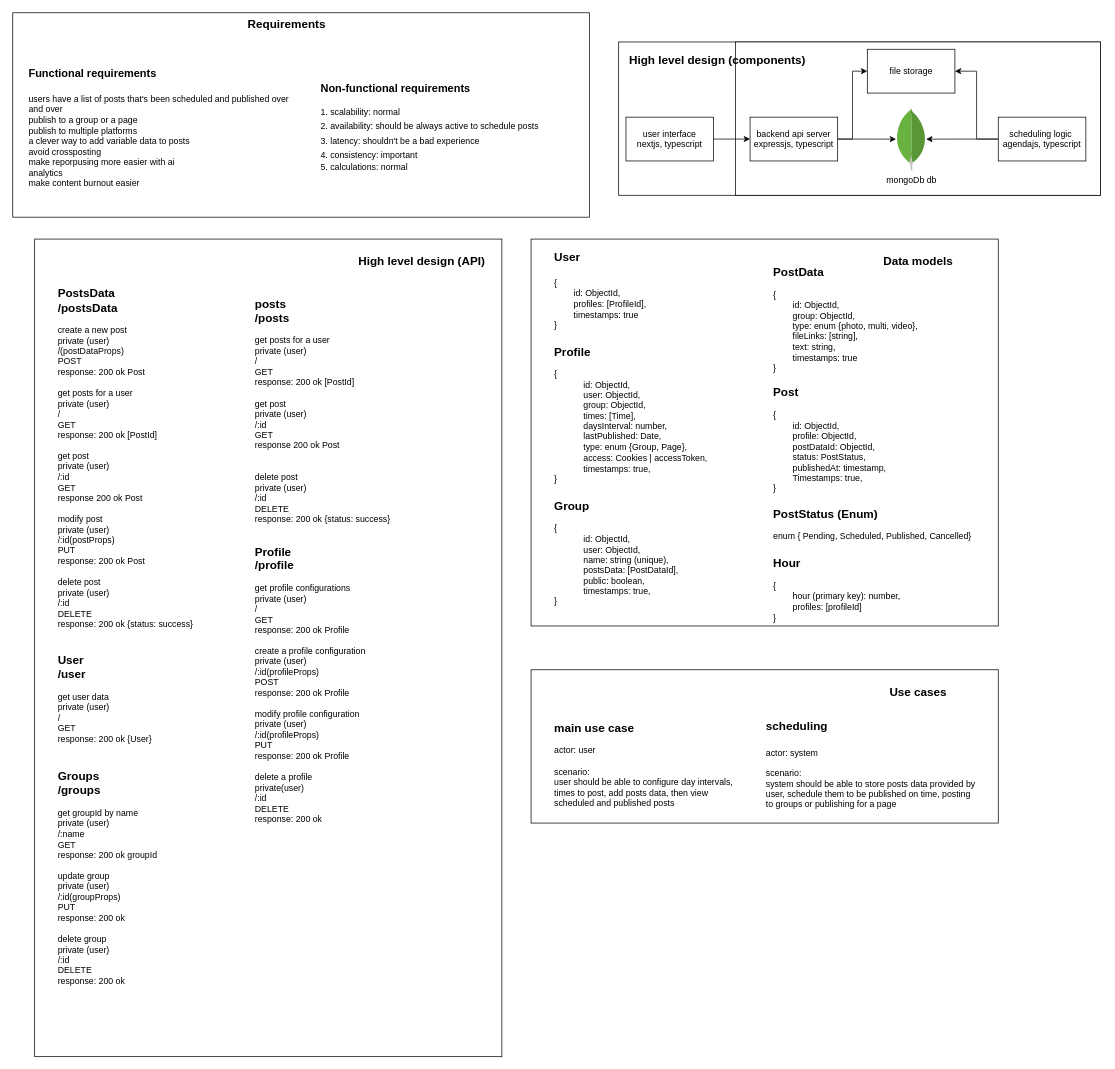
Before: page "high-level" (1 of 4) of auto-post.drawio in ahmed-elbehairy7/pamylka-system-design, a draw.io diagram. Source tidied: cells renumbered, new cells numbered last; positions are measured from the earlier drawing's top-left corner, leaving out a move shared by most shapes. Both pictures are drawn from the tidied source at 73%, with x=0, y=0 at pixel (12, 12).
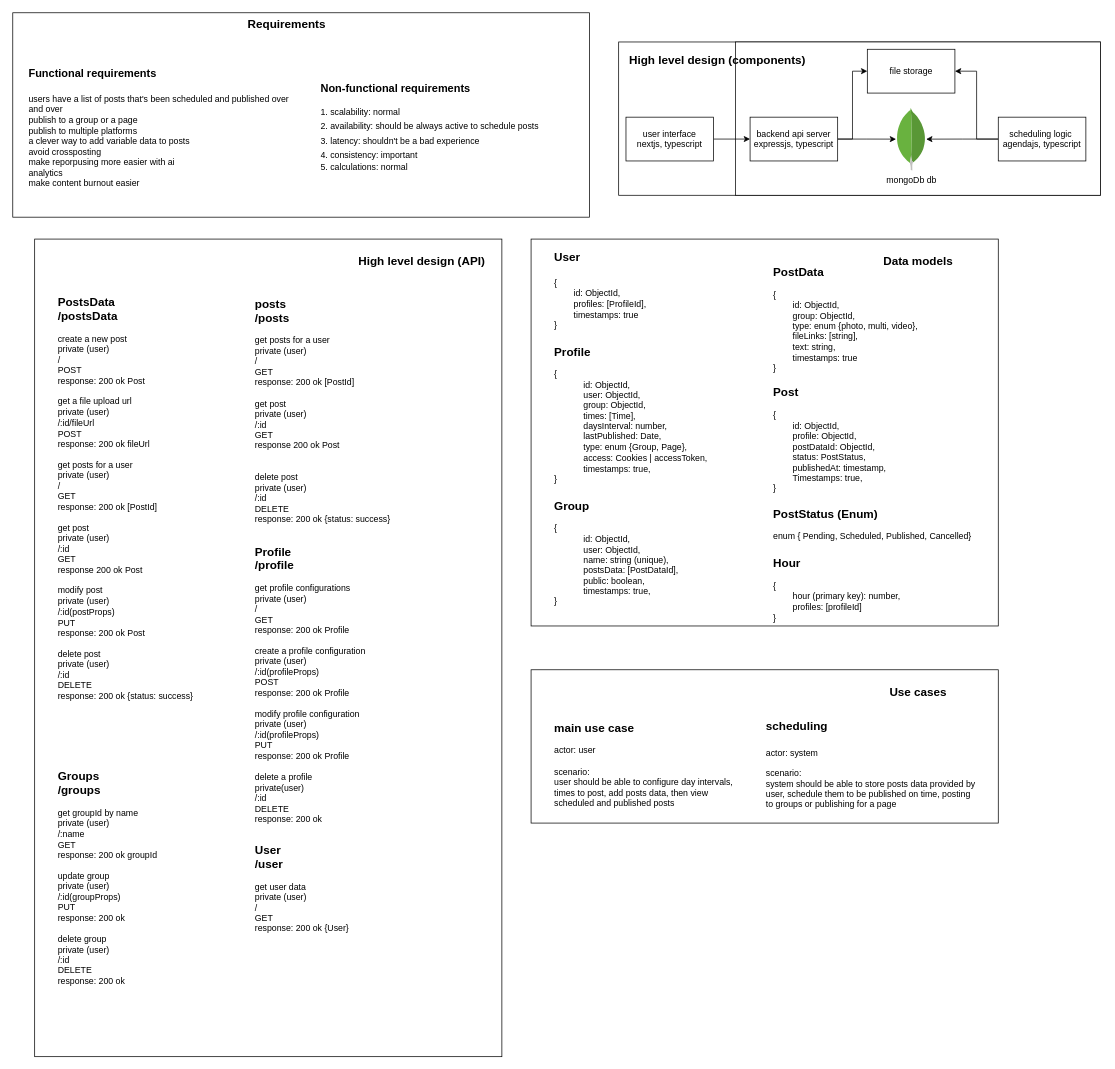
The same diagram, later.

The change refers to these unchanged cells:
```xml
<mxCell id="16" style="group;" parent="1" vertex="1">
  <mxGeometry x="30" y="310" width="640" height="1120" as="geometry" />
</mxCell>
```

What changed in the source:
```diff
@@
-    <mxCell id="18" value="&lt;div&gt;&lt;span style=&quot;font-size: 16px;&quot;&gt;&lt;b&gt;PostsData&lt;/b&gt;&lt;/span&gt;&lt;/div&gt;&lt;font style=&quot;font-size: 16px;&quot;&gt;&lt;b&gt;/postsData&lt;/b&gt;&lt;/font&gt;&lt;div&gt;&lt;br&gt;&lt;/div&gt;&lt;div&gt;create a new post&lt;/div&gt;&lt;div&gt;private (user)&lt;/div&gt;&lt;div&gt;/(postDataProps)&lt;/div&gt;&lt;div&gt;POST&lt;/div&gt;&lt;div&gt;response: 200 ok Post&lt;/div&gt;&lt;div&gt;&lt;br&gt;&lt;/div&gt;&lt;div&gt;&lt;span style=&quot;background-color: transparent; color: light-dark(rgb(0, 0, 0), rgb(255, 255, 255));&quot;&gt;get posts for a user&lt;/span&gt;&lt;/div&gt;&lt;div&gt;&lt;span style=&quot;background-color: transparent; color: light-dark(rgb(0, 0, 0), rgb(255, 255, 255));&quot;&gt;private (user)&lt;/span&gt;&lt;/div&gt;&lt;div&gt;/&lt;/div&gt;&lt;div&gt;GET&lt;/div&gt;&lt;div&gt;response: 200 ok [PostId]&lt;/div&gt;&lt;div&gt;&lt;br&gt;&lt;/div&gt;&lt;div&gt;get post&lt;/div&gt;&lt;div&gt;private (user)&lt;/div&gt;&lt;div&gt;/:id&lt;/div&gt;&lt;div&gt;GET&lt;/div&gt;&lt;div&gt;response 200 ok Post&lt;/div&gt;&lt;div&gt;&lt;br&gt;&lt;/div&gt;&lt;div&gt;modify post&lt;/div&gt;&lt;div&gt;private (user)&lt;/div&gt;&lt;div&gt;/:id(postProps)&lt;/div&gt;&lt;div&gt;PUT&lt;/div&gt;&lt;div&gt;response: 200 ok Post&lt;/div&gt;&lt;div&gt;&lt;br&gt;&lt;/div&gt;&lt;div&gt;delete post&lt;/div&gt;&lt;div&gt;private (user)&lt;/div&gt;&lt;div&gt;/:id&lt;/div&gt;&lt;div&gt;DELETE&lt;/div&gt;&lt;div&gt;response: 200 ok {status: success}&lt;/div&gt;" style="text;html=1;align=left;verticalAlign=middle;strokeColor=none;fillColor=none;" parent="16" vertex="1">
-      <mxGeometry x="30" y="60" width="210" height="480" as="geometry" />
+    <mxCell id="18" value="&lt;div&gt;&lt;span style=&quot;font-size: 16px;&quot;&gt;&lt;b&gt;PostsData&lt;/b&gt;&lt;/span&gt;&lt;/div&gt;&lt;font style=&quot;font-size: 16px;&quot;&gt;&lt;b&gt;/postsData&lt;/b&gt;&lt;/font&gt;&lt;div&gt;&lt;br&gt;&lt;/div&gt;&lt;div&gt;create a new post&lt;/div&gt;&lt;div&gt;private (user)&lt;/div&gt;&lt;div&gt;/&lt;/div&gt;&lt;div&gt;POST&lt;/div&gt;&lt;div&gt;response: 200 ok Post&lt;/div&gt;&lt;div&gt;&lt;br&gt;&lt;/div&gt;&lt;div&gt;get a file upload url&lt;/div&gt;&lt;div&gt;private (user)&lt;/div&gt;&lt;div&gt;/:id/fileUrl&lt;/div&gt;&lt;div&gt;POST&lt;/div&gt;&lt;div&gt;response: 200 ok fileUrl&lt;/div&gt;&lt;div&gt;&lt;br&gt;&lt;/div&gt;&lt;div&gt;&lt;span style=&quot;background-color: transparent; color: light-dark(rgb(0, 0, 0), rgb(255, 255, 255));&quot;&gt;get posts for a user&lt;/span&gt;&lt;/div&gt;&lt;div&gt;&lt;span style=&quot;background-color: transparent; color: light-dark(rgb(0, 0, 0), rgb(255, 255, 255));&quot;&gt;private (user)&lt;/span&gt;&lt;/div&gt;&lt;div&gt;/&lt;/div&gt;&lt;div&gt;GET&lt;/div&gt;&lt;div&gt;response: 200 ok [PostId]&lt;/div&gt;&lt;div&gt;&lt;br&gt;&lt;/div&gt;&lt;div&gt;get post&lt;/div&gt;&lt;div&gt;private (user)&lt;/div&gt;&lt;div&gt;/:id&lt;/div&gt;&lt;div&gt;GET&lt;/div&gt;&lt;div&gt;response 200 ok Post&lt;/div&gt;&lt;div&gt;&lt;br&gt;&lt;/div&gt;&lt;div&gt;modify post&lt;/div&gt;&lt;div&gt;private (user)&lt;/div&gt;&lt;div&gt;/:id(postProps)&lt;/div&gt;&lt;div&gt;PUT&lt;/div&gt;&lt;div&gt;response: 200 ok Post&lt;/div&gt;&lt;div&gt;&lt;br&gt;&lt;/div&gt;&lt;div&gt;delete post&lt;/div&gt;&lt;div&gt;private (user)&lt;/div&gt;&lt;div&gt;/:id&lt;/div&gt;&lt;div&gt;DELETE&lt;/div&gt;&lt;div&gt;response: 200 ok {status: success}&lt;/div&gt;" style="text;html=1;align=left;verticalAlign=middle;strokeColor=none;fillColor=none;" parent="16" vertex="1">
+      <mxGeometry x="30" y="70" width="210" height="570" as="geometry" />
     </mxCell>
@@
     <mxCell id="21" value="&lt;div&gt;&lt;b style=&quot;background-color: transparent; color: light-dark(rgb(0, 0, 0), rgb(255, 255, 255)); font-size: 16px;&quot;&gt;User&lt;/b&gt;&lt;/div&gt;&lt;div&gt;&lt;b style=&quot;background-color: transparent; color: light-dark(rgb(0, 0, 0), rgb(255, 255, 255)); font-size: 16px;&quot;&gt;/user&lt;/b&gt;&lt;/div&gt;&lt;div&gt;&lt;br&gt;&lt;/div&gt;&lt;div&gt;get user data&lt;/div&gt;&lt;div&gt;&lt;span style=&quot;background-color: transparent; color: light-dark(rgb(0, 0, 0), rgb(255, 255, 255));&quot;&gt;private (user)&lt;/span&gt;&lt;/div&gt;&lt;div&gt;/&lt;/div&gt;&lt;div&gt;GET&lt;/div&gt;&lt;div&gt;response: 200 ok {User}&lt;/div&gt;" style="text;html=1;align=left;verticalAlign=middle;strokeColor=none;fillColor=none;" parent="16" vertex="1">
-      <mxGeometry x="30" y="560" width="150" height="140" as="geometry" />
+      <mxGeometry x="300" y="820" width="150" height="140" as="geometry" />
     </mxCell>
```
